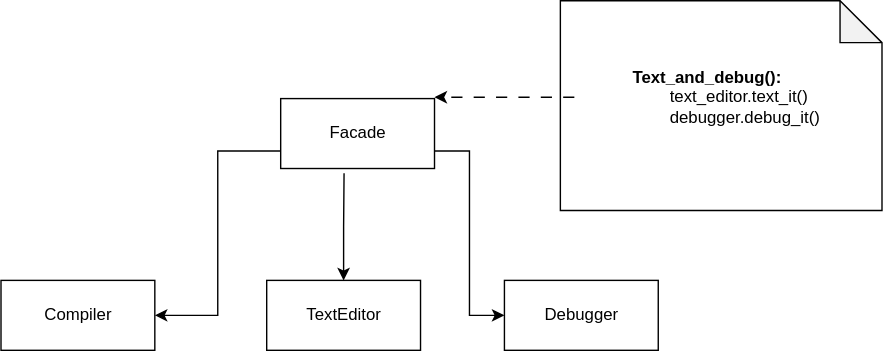
The draw.io diagram img/facade.svg in ElenaShargina/patterns, before a commit. Source tidied: cells renumbered, new cells last; positions are measured from the earlier drawing's top-left corner, leaving out a move shared by most shapes.
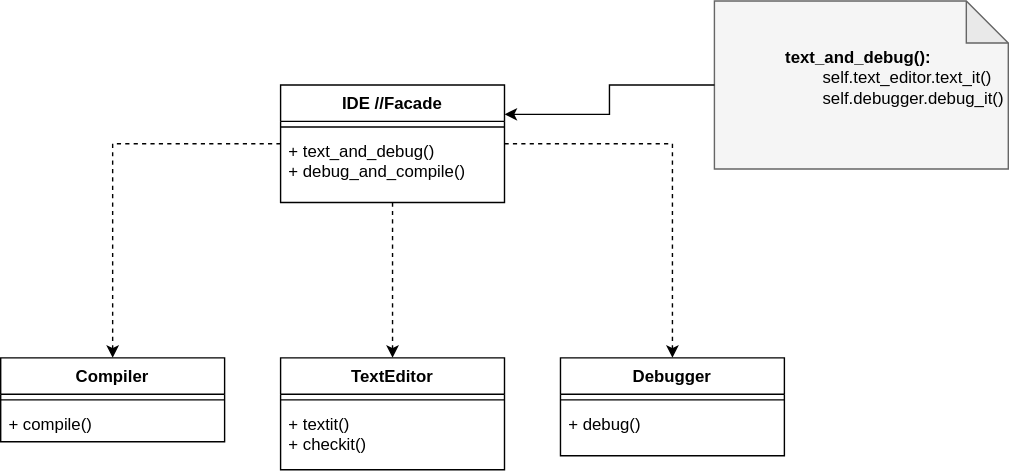
After the change.

The edit, as a diff of the source:
```diff
@@ -2,40 +2,62 @@
   <root>
     <mxCell id="0" />
     <mxCell id="1" parent="0" />
-    <mxCell id="2" value="Facade" style="html=1;" parent="1" vertex="1">
-      <mxGeometry x="200" y="70" width="110" height="50" as="geometry" />
-    </mxCell>
-    <mxCell id="3" style="edgeStyle=orthogonalEdgeStyle;rounded=0;jettySize=auto;html=1;entryX=0;entryY=0.75;entryDx=0;entryDy=0;startArrow=classic;startFill=1;endArrow=none;endFill=0;" parent="1" edge="1" source="4" target="2">
-      <mxGeometry relative="1" as="geometry" />
-    </mxCell>
-    <mxCell id="4" value="Compiler" style="html=1;" parent="1" vertex="1">
-      <mxGeometry y="200" width="110" height="50" as="geometry" />
-    </mxCell>
-    <mxCell id="5" style="edgeStyle=orthogonalEdgeStyle;rounded=0;jettySize=auto;html=1;entryX=0.412;entryY=1.067;entryDx=0;entryDy=0;entryPerimeter=0;startArrow=classic;startFill=1;endArrow=none;endFill=0;" parent="1" edge="1" source="6" target="2">
-      <mxGeometry relative="1" as="geometry" />
-    </mxCell>
-    <mxCell id="6" value="TextEditor" style="html=1;" parent="1" vertex="1">
-      <mxGeometry x="190" y="200" width="110" height="50" as="geometry" />
-    </mxCell>
-    <mxCell id="7" style="edgeStyle=orthogonalEdgeStyle;rounded=0;jettySize=auto;html=1;entryX=1;entryY=0.75;entryDx=0;entryDy=0;endArrow=none;endFill=0;startArrow=classic;startFill=1;" parent="1" edge="1" source="8" target="2">
-      <mxGeometry relative="1" as="geometry" />
-    </mxCell>
-    <mxCell id="8" value="Debugger" style="html=1;" parent="1" vertex="1">
-      <mxGeometry x="360" y="200" width="110" height="50" as="geometry" />
-    </mxCell>
     <mxCell id="9" style="group;" parent="1" vertex="1">
-      <mxGeometry x="400" width="230" height="150" as="geometry" />
+      <mxGeometry x="480" y="-40" width="210" height="120" as="geometry" />
     </mxCell>
-    <mxCell id="10" style="shape=note;whiteSpace=wrap;html=1;backgroundOutline=1;darkOpacity=0.05;" parent="9" vertex="1">
-      <mxGeometry width="230" height="150" as="geometry" />
+    <mxCell id="10" style="shape=note;whiteSpace=wrap;html=1;backgroundOutline=1;darkOpacity=0.05;fillColor=#f5f5f5;fontColor=#333333;strokeColor=#666666;" parent="9" vertex="1">
+      <mxGeometry width="210" height="120" as="geometry" />
     </mxCell>
-    <mxCell id="11" value="&lt;blockquote style=&quot;margin: 0 0 0 40px; border: none; padding: 0px;&quot;&gt;&lt;b&gt;Text_and_debug():&lt;/b&gt;&lt;/blockquote&gt;&lt;blockquote style=&quot;margin: 0 0 0 40px; border: none; padding: 0px;&quot;&gt;&lt;span style=&quot;white-space: pre;&quot;&gt;&#9;&lt;/span&gt;text_editor.text_it()&lt;/blockquote&gt;&lt;blockquote style=&quot;margin: 0 0 0 40px; border: none; padding: 0px;&quot;&gt;&lt;span style=&quot;white-space: pre;&quot;&gt;&#9;&lt;/span&gt;debugger.debug_it()&lt;/blockquote&gt;" style="text;html=1;strokeColor=none;fillColor=none;align=left;verticalAlign=middle;whiteSpace=wrap;rounded=0;" parent="9" vertex="1">
-      <mxGeometry x="10" y="15" width="180" height="108" as="geometry" />
+    <mxCell id="11" value="&lt;blockquote style=&quot;margin: 0 0 0 40px; border: none; padding: 0px;&quot;&gt;&lt;b&gt;text_and_debug():&lt;/b&gt;&lt;/blockquote&gt;&lt;blockquote style=&quot;margin: 0 0 0 40px; border: none; padding: 0px;&quot;&gt;&lt;span style=&quot;white-space: pre;&quot;&gt; &lt;/span&gt;self.text_editor.text_it()&lt;/blockquote&gt;&lt;blockquote style=&quot;margin: 0 0 0 40px; border: none; padding: 0px;&quot;&gt;&lt;span style=&quot;white-space: pre;&quot;&gt; &lt;/span&gt;self.debugger.debug_it()&lt;/blockquote&gt;" style="text;html=1;strokeColor=none;fillColor=none;align=left;verticalAlign=middle;whiteSpace=wrap;rounded=0;" parent="9" vertex="1">
+      <mxGeometry x="9.1" y="12" width="164.3" height="86.4" as="geometry" />
     </mxCell>
-    <mxCell id="12" style="edgeStyle=orthogonalEdgeStyle;rounded=0;jettySize=auto;html=1;startArrow=none;startFill=0;endArrow=classic;endFill=1;dashed=1;dashPattern=8 8;" parent="1" edge="1" source="11">
-      <mxGeometry relative="1" as="geometry">
-        <mxPoint x="310" y="69" as="targetPoint" />
-      </mxGeometry>
-    </mxCell>
+    <mxCell id="4" value="Compiler" style="swimlane;fontStyle=1;align=center;verticalAlign=top;horizontal=1;startSize=26;" parent="1" vertex="1">
+      <mxGeometry x="-30" y="215" width="160" height="60" as="geometry" />
+    </mxCell>
+    <mxCell id="13" style="line;strokeWidth=1;fillColor=none;align=left;verticalAlign=middle;spacingTop=-1;spacingLeft=3;spacingRight=3;labelPosition=right;strokeColor=inherit;" parent="4" vertex="1">
+      <mxGeometry y="26" width="160" height="8" as="geometry" />
+    </mxCell>
+    <mxCell id="14" value="+ compile()" style="text;strokeColor=none;fillColor=none;align=left;verticalAlign=top;spacingLeft=4;spacingRight=4;overflow=hidden;" parent="4" vertex="1">
+      <mxGeometry y="34" width="160" height="26" as="geometry" />
+    </mxCell>
+    <mxCell id="6" value="TextEditor" style="swimlane;fontStyle=1;align=center;verticalAlign=top;horizontal=1;startSize=26;" parent="1" vertex="1">
+      <mxGeometry x="170" y="215" width="160" height="80" as="geometry" />
+    </mxCell>
+    <mxCell id="15" style="line;strokeWidth=1;fillColor=none;align=left;verticalAlign=middle;spacingTop=-1;spacingLeft=3;spacingRight=3;labelPosition=right;strokeColor=inherit;" parent="6" vertex="1">
+      <mxGeometry y="26" width="160" height="8" as="geometry" />
+    </mxCell>
+    <mxCell id="16" value="+ textit()&#10;+ checkit()&#10;" style="text;strokeColor=none;fillColor=none;align=left;verticalAlign=top;spacingLeft=4;spacingRight=4;overflow=hidden;" parent="6" vertex="1">
+      <mxGeometry y="34" width="160" height="46" as="geometry" />
+    </mxCell>
+    <mxCell id="8" value="Debugger" style="swimlane;fontStyle=1;align=center;verticalAlign=top;horizontal=1;startSize=26;" parent="1" vertex="1">
+      <mxGeometry x="370" y="215" width="160" height="70" as="geometry" />
+    </mxCell>
+    <mxCell id="17" style="line;strokeWidth=1;fillColor=none;align=left;verticalAlign=middle;spacingTop=-1;spacingLeft=3;spacingRight=3;labelPosition=right;strokeColor=inherit;" parent="8" vertex="1">
+      <mxGeometry y="26" width="160" height="8" as="geometry" />
+    </mxCell>
+    <mxCell id="18" value="+ debug()" style="text;strokeColor=none;fillColor=none;align=left;verticalAlign=top;spacingLeft=4;spacingRight=4;overflow=hidden;" parent="8" vertex="1">
+      <mxGeometry y="34" width="160" height="36" as="geometry" />
+    </mxCell>
+    <mxCell id="19" style="edgeStyle=orthogonalEdgeStyle;rounded=0;jettySize=auto;html=1;dashed=1;" parent="1" edge="1" source="22" target="4">
+      <mxGeometry relative="1" as="geometry" />
+    </mxCell>
+    <mxCell id="20" style="edgeStyle=orthogonalEdgeStyle;shape=connector;rounded=0;jettySize=auto;html=1;dashed=1;labelBackgroundColor=default;strokeColor=default;fontFamily=Helvetica;fontSize=11;fontColor=default;endArrow=classic;" parent="1" edge="1" source="22" target="8">
+      <mxGeometry relative="1" as="geometry" />
+    </mxCell>
+    <mxCell id="21" style="edgeStyle=orthogonalEdgeStyle;shape=connector;rounded=0;jettySize=auto;html=1;entryX=0.5;entryY=0;entryDx=0;entryDy=0;dashed=1;labelBackgroundColor=default;strokeColor=default;fontFamily=Helvetica;fontSize=11;fontColor=default;endArrow=classic;" parent="1" edge="1" source="22" target="6">
+      <mxGeometry relative="1" as="geometry" />
+    </mxCell>
+    <mxCell id="22" value="IDE //Facade" style="swimlane;fontStyle=1;align=center;verticalAlign=top;horizontal=1;startSize=26;" parent="1" vertex="1">
+      <mxGeometry x="170" y="20" width="160" height="84" as="geometry" />
+    </mxCell>
+    <mxCell id="23" style="line;strokeWidth=1;fillColor=none;align=left;verticalAlign=middle;spacingTop=-1;spacingLeft=3;spacingRight=3;labelPosition=right;strokeColor=inherit;" parent="22" vertex="1">
+      <mxGeometry y="26" width="160" height="8" as="geometry" />
+    </mxCell>
+    <mxCell id="24" value="+ text_and_debug()&#10;+ debug_and_compile()" style="text;strokeColor=none;fillColor=none;align=left;verticalAlign=top;spacingLeft=4;spacingRight=4;overflow=hidden;" parent="22" vertex="1">
+      <mxGeometry y="34" width="160" height="50" as="geometry" />
+    </mxCell>
+    <mxCell id="25" style="edgeStyle=orthogonalEdgeStyle;shape=connector;rounded=0;jettySize=auto;html=1;entryX=1;entryY=0.25;entryDx=0;entryDy=0;labelBackgroundColor=default;strokeColor=default;fontFamily=Helvetica;fontSize=11;fontColor=default;endArrow=classic;exitX=0;exitY=0.5;exitDx=0;exitDy=0;exitPerimeter=0;" parent="1" edge="1" source="10" target="22">
+      <mxGeometry relative="1" as="geometry" />
+    </mxCell>
   </root>
 </mxGraphModel>
```
